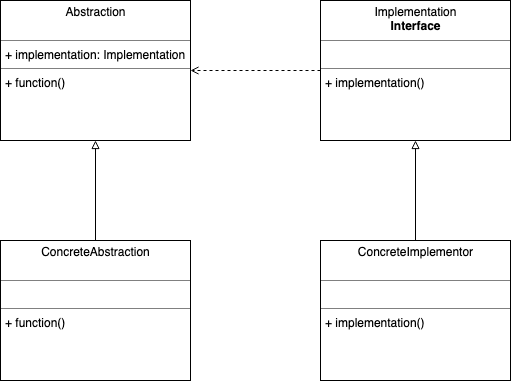
This is bridge-pattern/bridge-pattern.png from kan01234/design-patterns, a draw.io export, as it was before one commit. Source tidied: cells renumbered, new cells last; positions are measured from the earlier drawing's top-left corner, leaving out a move shared by most shapes.
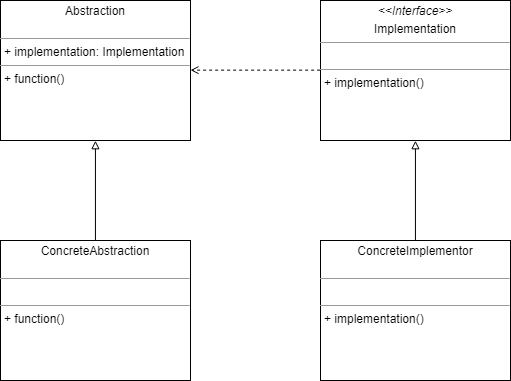
Above is the later version.

What changed in the source:
```diff
@@ -1,26 +1,26 @@
 <mxGraphModel>
   <root>
-    <mxCell id="0" />
-    <mxCell id="1" parent="0" />
+    <mxCell id="9" />
+    <mxCell id="10" parent="9" />
-    <mxCell id="2" value="&lt;p style=&quot;margin: 0px ; margin-top: 4px ; text-align: center&quot;&gt;Abstraction&lt;br&gt;&lt;br&gt;&lt;/p&gt;&lt;hr size=&quot;1&quot;&gt;&lt;p style=&quot;margin: 0px ; margin-left: 4px&quot;&gt;+ implementation: Implementation&lt;/p&gt;&lt;hr size=&quot;1&quot;&gt;&lt;p style=&quot;margin: 0px ; margin-left: 4px&quot;&gt;+ function()&lt;/p&gt;" style="verticalAlign=top;align=left;overflow=fill;fontSize=12;fontFamily=Helvetica;html=1;" parent="1" vertex="1">
+    <mxCell id="2" value="&lt;p style=&quot;margin: 0px ; margin-top: 4px ; text-align: center&quot;&gt;Abstraction&lt;br&gt;&lt;br&gt;&lt;/p&gt;&lt;hr size=&quot;1&quot;&gt;&lt;p style=&quot;margin: 0px ; margin-left: 4px&quot;&gt;+ implementation: Implementation&lt;/p&gt;&lt;hr size=&quot;1&quot;&gt;&lt;p style=&quot;margin: 0px ; margin-left: 4px&quot;&gt;+ function()&lt;/p&gt;" style="verticalAlign=top;align=left;overflow=fill;fontSize=12;fontFamily=Helvetica;html=1;" parent="10" vertex="1">
       <mxGeometry width="190" height="140" as="geometry" />
     </mxCell>
-    <mxCell id="3" style="edgeStyle=orthogonalEdgeStyle;rounded=0;jettySize=auto;html=1;exitX=0;exitY=0.5;exitDx=0;exitDy=0;endArrow=open;endFill=0;dashed=1;" parent="1" edge="1" source="4" target="2">
-      <mxGeometry relative="1" as="geometry" />
-    </mxCell>
-    <mxCell id="4" value="&lt;p style=&quot;margin: 0px ; margin-top: 4px ; text-align: center&quot;&gt;Implementation&lt;br&gt;&lt;b&gt;Interface&lt;/b&gt;&lt;/p&gt;&lt;hr size=&quot;1&quot;&gt;&lt;p style=&quot;margin: 0px ; margin-left: 4px&quot;&gt;&lt;br&gt;&lt;/p&gt;&lt;hr size=&quot;1&quot;&gt;&lt;p style=&quot;margin: 0px ; margin-left: 4px&quot;&gt;+ implementation()&lt;/p&gt;" style="verticalAlign=top;align=left;overflow=fill;fontSize=12;fontFamily=Helvetica;html=1;" parent="1" vertex="1">
-      <mxGeometry x="320" width="190" height="140" as="geometry" />
-    </mxCell>
+    <mxCell id="11" style="edgeStyle=orthogonalEdgeStyle;rounded=0;jettySize=auto;html=1;exitX=0;exitY=0.5;exitDx=0;exitDy=0;endArrow=open;endFill=0;dashed=1;" parent="10" edge="1" source="12" target="2">
+      <mxGeometry relative="1" as="geometry" />
+    </mxCell>
+    <mxCell id="12" value="&lt;p style=&quot;margin: 0px ; margin-top: 4px ; text-align: center&quot;&gt;&lt;i&gt;&amp;lt;&amp;lt;Interface&amp;gt;&amp;gt;&lt;/i&gt;&lt;/p&gt;&lt;p style=&quot;margin: 0px ; margin-top: 4px ; text-align: center&quot;&gt;Implementation&lt;br&gt;&lt;/p&gt;&lt;hr size=&quot;1&quot;&gt;&lt;p style=&quot;margin: 0px ; margin-left: 4px&quot;&gt;&lt;br&gt;&lt;/p&gt;&lt;hr size=&quot;1&quot;&gt;&lt;p style=&quot;margin: 0px ; margin-left: 4px&quot;&gt;+ implementation()&lt;/p&gt;" style="verticalAlign=top;align=left;overflow=fill;fontSize=12;fontFamily=Helvetica;html=1;" parent="10" vertex="1">
+      <mxGeometry x="320" width="190" height="140" as="geometry" />
+    </mxCell>
-    <mxCell id="5" style="edgeStyle=orthogonalEdgeStyle;rounded=0;jettySize=auto;html=1;exitX=0.5;exitY=0;exitDx=0;exitDy=0;entryX=0.5;entryY=1;entryDx=0;entryDy=0;endArrow=block;endFill=0;" parent="1" edge="1" source="6" target="2">
+    <mxCell id="5" style="edgeStyle=orthogonalEdgeStyle;rounded=0;jettySize=auto;html=1;exitX=0.5;exitY=0;exitDx=0;exitDy=0;entryX=0.5;entryY=1;entryDx=0;entryDy=0;endArrow=block;endFill=0;" parent="10" edge="1" source="6" target="2">
       <mxGeometry relative="1" as="geometry" />
     </mxCell>
-    <mxCell id="6" value="&lt;p style=&quot;margin: 0px ; margin-top: 4px ; text-align: center&quot;&gt;ConcreteAbstraction&lt;br&gt;&lt;br&gt;&lt;/p&gt;&lt;hr size=&quot;1&quot;&gt;&lt;p style=&quot;margin: 0px ; margin-left: 4px&quot;&gt;&lt;br&gt;&lt;/p&gt;&lt;hr size=&quot;1&quot;&gt;&lt;p style=&quot;margin: 0px ; margin-left: 4px&quot;&gt;+ function()&lt;br&gt;&lt;/p&gt;" style="verticalAlign=top;align=left;overflow=fill;fontSize=12;fontFamily=Helvetica;html=1;" parent="1" vertex="1">
+    <mxCell id="6" value="&lt;p style=&quot;margin: 0px ; margin-top: 4px ; text-align: center&quot;&gt;ConcreteAbstraction&lt;br&gt;&lt;br&gt;&lt;/p&gt;&lt;hr size=&quot;1&quot;&gt;&lt;p style=&quot;margin: 0px ; margin-left: 4px&quot;&gt;&lt;br&gt;&lt;/p&gt;&lt;hr size=&quot;1&quot;&gt;&lt;p style=&quot;margin: 0px ; margin-left: 4px&quot;&gt;+ function()&lt;br&gt;&lt;/p&gt;" style="verticalAlign=top;align=left;overflow=fill;fontSize=12;fontFamily=Helvetica;html=1;" parent="10" vertex="1">
       <mxGeometry y="240" width="190" height="140" as="geometry" />
     </mxCell>
-    <mxCell id="7" style="edgeStyle=orthogonalEdgeStyle;rounded=0;jettySize=auto;html=1;exitX=0.5;exitY=0;exitDx=0;exitDy=0;entryX=0.5;entryY=1;entryDx=0;entryDy=0;endArrow=block;endFill=0;" parent="1" edge="1" source="8" target="4">
-      <mxGeometry relative="1" as="geometry" />
-    </mxCell>
+    <mxCell id="13" style="edgeStyle=orthogonalEdgeStyle;rounded=0;jettySize=auto;html=1;exitX=0.5;exitY=0;exitDx=0;exitDy=0;entryX=0.5;entryY=1;entryDx=0;entryDy=0;endArrow=block;endFill=0;" parent="10" edge="1" source="8" target="12">
+      <mxGeometry relative="1" as="geometry" />
+    </mxCell>
-    <mxCell id="8" value="&lt;p style=&quot;margin: 0px ; margin-top: 4px ; text-align: center&quot;&gt;ConcreteImplementor&lt;br&gt;&lt;br&gt;&lt;/p&gt;&lt;hr size=&quot;1&quot;&gt;&lt;br&gt;&lt;hr size=&quot;1&quot;&gt;&lt;p style=&quot;margin: 0px ; margin-left: 4px&quot;&gt;+ implementation()&lt;br&gt;&lt;br&gt;&lt;/p&gt;" style="verticalAlign=top;align=left;overflow=fill;fontSize=12;fontFamily=Helvetica;html=1;" parent="1" vertex="1">
+    <mxCell id="8" value="&lt;p style=&quot;margin: 0px ; margin-top: 4px ; text-align: center&quot;&gt;ConcreteImplementor&lt;br&gt;&lt;br&gt;&lt;/p&gt;&lt;hr size=&quot;1&quot;&gt;&lt;br&gt;&lt;hr size=&quot;1&quot;&gt;&lt;p style=&quot;margin: 0px ; margin-left: 4px&quot;&gt;+ implementation()&lt;br&gt;&lt;br&gt;&lt;/p&gt;" style="verticalAlign=top;align=left;overflow=fill;fontSize=12;fontFamily=Helvetica;html=1;" parent="10" vertex="1">
       <mxGeometry x="320" y="240" width="190" height="140" as="geometry" />
     </mxCell>
   </root>
```
